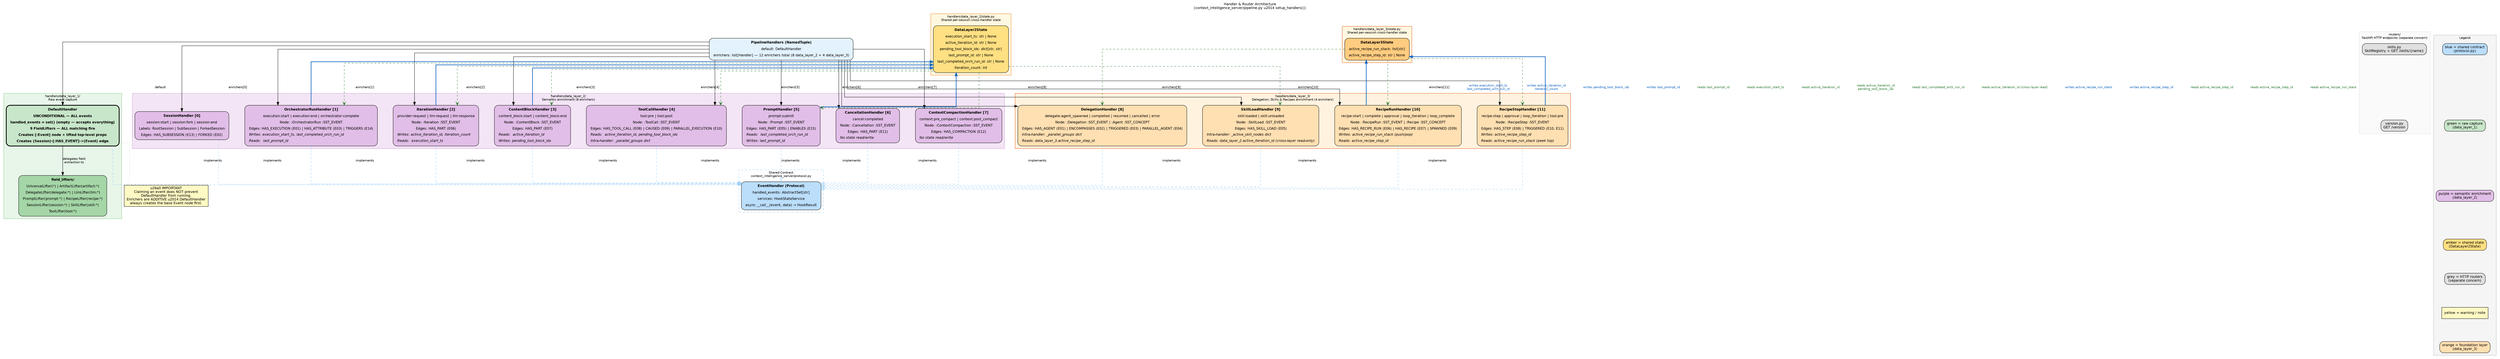
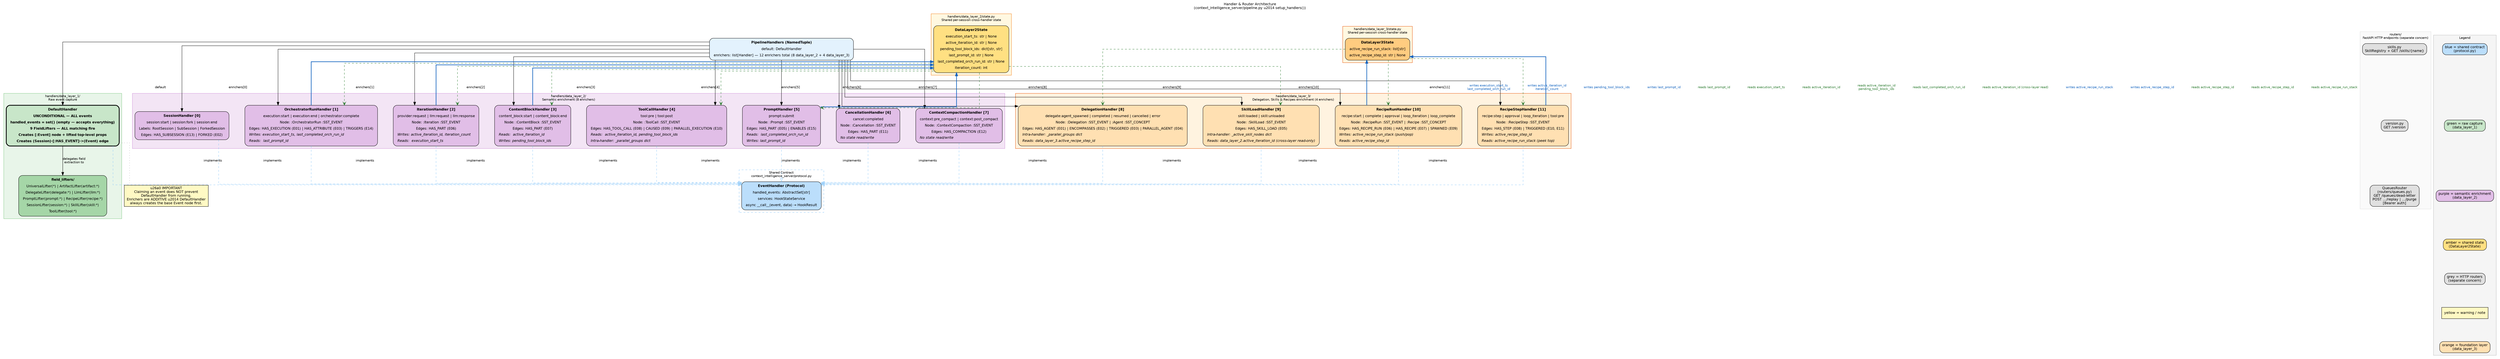
digraph handler_architecture {
    // --- Global defaults ------------------------------------------------------
    graph [
        rankdir   = TB
        splines   = ortho
        nodesep   = 0.7
        ranksep   = 1.0
        fontname  = "Helvetica"
        fontsize  = 11
        label     = "Handler & Router Architecture\n(context_intelligence_server/pipeline.py \u2014 setup_handlers())"
        labelloc  = t
        labeljust = c
    ]
    node [
        fontname = "Helvetica"
        fontsize = 11
        style    = "filled,rounded"
        shape    = box
    ]
    edge [
        fontname = "Helvetica"
        fontsize = 10
    ]

    // --- PipelineHandlers (NamedTuple) ----------------------------------------
    PipelineHandlers [
        style     = "filled,rounded"
        fillcolor = "#E3F2FD"
        label     = <<TABLE BORDER="0" CELLBORDER="0" CELLSPACING="2" CELLPADDING="3">
            <TR><TD><B>PipelineHandlers (NamedTuple)</B></TD></TR>
            <TR><TD>default: DefaultHandler</TD></TR>
            <TR><TD>enrichers: list[Handler] &#8212; 12 enrichers total (8 data_layer_2 + 4 data_layer_3)</TD></TR>
        </TABLE>>
    ]

    // --- Shared Contract -----------------------------------------------------
    subgraph cluster_protocol {
        graph [
            label     = "Shared Contract\ncontext_intelligence_server/protocol.py"
            style     = "dashed"
            color     = "#90CAF9"
            fontname  = "Helvetica"
            fontsize  = 10
        ]

        Protocol [
            style     = "filled,rounded"
            fillcolor = "#BBDEFB"
            label     = <<TABLE BORDER="0" CELLBORDER="0" CELLSPACING="2" CELLPADDING="3">
                <TR><TD><B>EventHandler (Protocol)</B></TD></TR>
                <TR><TD>handled_events: AbstractSet[str]</TD></TR>
                <TR><TD>services: HookStateService</TD></TR>
                <TR><TD>async __call__(event, data) &#8594; HookResult</TD></TR>
            </TABLE>>
        ]
    }

    // --- Routers (separate concern) ------------------------------------------
    subgraph cluster_routers {
        graph [
            label     = "routers/\nFastAPI HTTP endpoints (separate concern)"
            style     = "filled"
            color     = "#E0E0E0"
            fillcolor = "#FAFAFA"
            fontname  = "Helvetica"
            fontsize  = 10
        ]

        SkillsRouter [
            style     = "filled,rounded"
            fillcolor = "#E0E0E0"
            label     = "skills.py\nSkillRegistry + GET /skills/{name}"
        ]

        VersionRouter [
            style     = "filled,rounded"
            fillcolor = "#E0E0E0"
            label     = "version.py\nGET /version"
        ]

-         SkillsRouter -> VersionRouter [style = invis]
+         QueuesRouter [
+             style     = "filled,rounded"
+             fillcolor = "#E0E0E0"
+             label     = "QueuesRouter\n(routers/queues.py)\nGET /queues/dead-letter\nPOST .../replay | .../purge\n[Bearer auth]"
+         ]
+ 
+         SkillsRouter -> VersionRouter -> QueuesRouter [style = invis]
    }

    // --- Data Layer 1: Raw event capture ------------------------------------
    subgraph cluster_data_layer_1 {
        graph [
            label     = "handlers/data_layer_1/\nRaw event capture"
            style     = "filled"
            color     = "#81C784"
            fillcolor = "#E8F5E9"
            fontname  = "Helvetica"
            fontsize  = 10
        ]

        DefaultHandler [
            style     = "filled,rounded"
            fillcolor = "#C8E6C9"
            fontname  = "Helvetica-Bold"
            penwidth  = 2.5
            label     = <<TABLE BORDER="0" CELLBORDER="0" CELLSPACING="2" CELLPADDING="3">
                <TR><TD><B>DefaultHandler</B></TD></TR>
                <TR><TD>UNCONDITIONAL &#8212; ALL events</TD></TR>
                <TR><TD>handled_events = set() (empty &#8212; accepts everything)</TD></TR>
                <TR><TD>9 FieldLifters &#8212; ALL matching fire</TD></TR>
                <TR><TD>Creates [:Event] node + lifted top-level props</TD></TR>
                <TR><TD>Creates (Session)-[:HAS_EVENT]-&gt;(Event) edge</TD></TR>
            </TABLE>>
        ]

        FieldLifters [
            style     = "filled,rounded"
            fillcolor = "#A5D6A7"
            label     = <<TABLE BORDER="0" CELLBORDER="0" CELLSPACING="2" CELLPADDING="3">
                <TR><TD><B>field_lifters/</B></TD></TR>
                <TR><TD>UniversalLifter(*) | ArtifactLifter(artifact:*)</TD></TR>
                <TR><TD>DelegateLifter(delegate:*) | LlmLifter(llm:*)</TD></TR>
                <TR><TD>PromptLifter(prompt:*) | RecipeLifter(recipe:*)</TD></TR>
                <TR><TD>SessionLifter(session:*) | SkillLifter(skill:*)</TD></TR>
                <TR><TD>ToolLifter(tool:*)</TD></TR>
            </TABLE>>
        ]

        DefaultHandler -> FieldLifters [label = "delegates field\nextraction to"]
    }

    // --- Data Layer 2: Semantic enrichment ----------------------------------
    subgraph cluster_data_layer_2 {
        graph [
            label     = "handlers/data_layer_2/\nSemantic enrichment (8 enrichers)"
            style     = "filled"
            color     = "#CE93D8"
            fillcolor = "#F3E5F5"
            fontname  = "Helvetica"
            fontsize  = 10
        ]

        SessionHandler [
            style     = "filled,rounded"
            fillcolor = "#E1BEE7"
            label     = <<TABLE BORDER="0" CELLBORDER="0" CELLSPACING="2" CELLPADDING="3">
                <TR><TD><B>SessionHandler [0]</B></TD></TR>
                <TR><TD>session:start | session:fork | session:end</TD></TR>
                <TR><TD>Labels: RootSession | SubSession | ForkedSession</TD></TR>
                <TR><TD>Edges: HAS_SUBSESSION (E13) | FORKED (E02)</TD></TR>
            </TABLE>>
        ]

        OrchestratorRunHandler [
            style     = "filled,rounded"
            fillcolor = "#E1BEE7"
            label     = <<TABLE BORDER="0" CELLBORDER="0" CELLSPACING="2" CELLPADDING="3">
                <TR><TD><B>OrchestratorRunHandler [1]</B></TD></TR>
                <TR><TD>execution:start | execution:end | orchestrator:complete</TD></TR>
                <TR><TD>Node: :OrchestratorRun :SST_EVENT</TD></TR>
                <TR><TD>Edges: HAS_EXECUTION (E01) | HAS_ATTRIBUTE (E03) | TRIGGERS (E14)</TD></TR>
                <TR><TD ALIGN="LEFT"><I>Writes: execution_start_ts, last_completed_orch_run_id</I></TD></TR>
                <TR><TD ALIGN="LEFT"><I>Reads:  last_prompt_id</I></TD></TR>
            </TABLE>>
        ]

        IterationHandler [
            style     = "filled,rounded"
            fillcolor = "#E1BEE7"
            label     = <<TABLE BORDER="0" CELLBORDER="0" CELLSPACING="2" CELLPADDING="3">
                <TR><TD><B>IterationHandler [2]</B></TD></TR>
                <TR><TD>provider:request | llm:request | llm:response</TD></TR>
                <TR><TD>Node: :Iteration :SST_EVENT</TD></TR>
                <TR><TD>Edges: HAS_PART (E06)</TD></TR>
                <TR><TD ALIGN="LEFT"><I>Writes: active_iteration_id, iteration_count</I></TD></TR>
                <TR><TD ALIGN="LEFT"><I>Reads:  execution_start_ts</I></TD></TR>
            </TABLE>>
        ]

        ContentBlockHandler [
            style     = "filled,rounded"
            fillcolor = "#E1BEE7"
            label     = <<TABLE BORDER="0" CELLBORDER="0" CELLSPACING="2" CELLPADDING="3">
                <TR><TD><B>ContentBlockHandler [3]</B></TD></TR>
                <TR><TD>content_block:start | content_block:end</TD></TR>
                <TR><TD>Node: :ContentBlock :SST_EVENT</TD></TR>
                <TR><TD>Edges: HAS_PART (E07)</TD></TR>
                <TR><TD ALIGN="LEFT"><I>Reads:  active_iteration_id</I></TD></TR>
                <TR><TD ALIGN="LEFT"><I>Writes: pending_tool_block_ids</I></TD></TR>
            </TABLE>>
        ]

        ToolCallHandler [
            style     = "filled,rounded"
            fillcolor = "#E1BEE7"
            label     = <<TABLE BORDER="0" CELLBORDER="0" CELLSPACING="2" CELLPADDING="3">
                <TR><TD><B>ToolCallHandler [4]</B></TD></TR>
                <TR><TD>tool:pre | tool:post</TD></TR>
                <TR><TD>Node: :ToolCall :SST_EVENT</TD></TR>
                <TR><TD>Edges: HAS_TOOL_CALL (E08) | CAUSED (E09) | PARALLEL_EXECUTION (E10)</TD></TR>
                <TR><TD ALIGN="LEFT"><I>Reads:  active_iteration_id, pending_tool_block_ids</I></TD></TR>
                <TR><TD ALIGN="LEFT"><I>Intra-handler: _parallel_groups dict</I></TD></TR>
            </TABLE>>
        ]

        PromptHandler [
            style     = "filled,rounded"
            fillcolor = "#E1BEE7"
            label     = <<TABLE BORDER="0" CELLBORDER="0" CELLSPACING="2" CELLPADDING="3">
                <TR><TD><B>PromptHandler [5]</B></TD></TR>
                <TR><TD>prompt:submit</TD></TR>
                <TR><TD>Node: :Prompt :SST_EVENT</TD></TR>
                <TR><TD>Edges: HAS_PART (E05) | ENABLES (E15)</TD></TR>
                <TR><TD ALIGN="LEFT"><I>Reads:  last_completed_orch_run_id</I></TD></TR>
                <TR><TD ALIGN="LEFT"><I>Writes: last_prompt_id</I></TD></TR>
            </TABLE>>
        ]

        CancellationHandler [
            style     = "filled,rounded"
            fillcolor = "#E1BEE7"
            label     = <<TABLE BORDER="0" CELLBORDER="0" CELLSPACING="2" CELLPADDING="3">
                <TR><TD><B>CancellationHandler [6]</B></TD></TR>
                <TR><TD>cancel:completed</TD></TR>
                <TR><TD>Node: :Cancellation :SST_EVENT</TD></TR>
                <TR><TD>Edges: HAS_PART (E11)</TD></TR>
                <TR><TD ALIGN="LEFT"><I>No state read/write</I></TD></TR>
            </TABLE>>
        ]

        ContextCompactionHandler [
            style     = "filled,rounded"
            fillcolor = "#E1BEE7"
            label     = <<TABLE BORDER="0" CELLBORDER="0" CELLSPACING="2" CELLPADDING="3">
                <TR><TD><B>ContextCompactionHandler [7]</B></TD></TR>
                <TR><TD>context:pre_compact | context:post_compact</TD></TR>
                <TR><TD>Node: :ContextCompaction :SST_EVENT</TD></TR>
                <TR><TD>Edges: HAS_COMPACTION (E12)</TD></TR>
                <TR><TD ALIGN="LEFT"><I>No state read/write</I></TD></TR>
            </TABLE>>
        ]
    }

    // --- Data Layer 3: Delegation, Skills & Recipes enrichment ---------------
    subgraph cluster_data_layer_3 {
        graph [
            label     = "handlers/data_layer_3/\nDelegation, Skills & Recipes enrichment (4 enrichers)"
            style     = "filled"
            color     = "#E65100"
            fillcolor = "#FFF3E0"
            fontname  = "Helvetica"
            fontsize  = 10
        ]

        DelegationHandler [
            style     = "filled,rounded"
            fillcolor = "#FFE0B2"
            label     = <<TABLE BORDER="0" CELLBORDER="0" CELLSPACING="2" CELLPADDING="3">
                <TR><TD><B>DelegationHandler [8]</B></TD></TR>
                <TR><TD>delegate:agent_spawned | completed | resumed | cancelled | error</TD></TR>
                <TR><TD>Node: :Delegation :SST_EVENT | :Agent :SST_CONCEPT</TD></TR>
                <TR><TD>Edges: HAS_AGENT (E01) | ENCOMPASSES (E02) | TRIGGERED (E03) | PARALLEL_AGENT (E04)</TD></TR>
                <TR><TD ALIGN="LEFT"><I>Intra-handler: _parallel_groups dict</I></TD></TR>
                <TR><TD ALIGN="LEFT"><I>Reads: data_layer_3.active_recipe_step_id</I></TD></TR>
            </TABLE>>
        ]

        SkillLoadHandler [
            style     = "filled,rounded"
            fillcolor = "#FFE0B2"
            label     = <<TABLE BORDER="0" CELLBORDER="0" CELLSPACING="2" CELLPADDING="3">
                <TR><TD><B>SkillLoadHandler [9]</B></TD></TR>
                <TR><TD>skill:loaded | skill:unloaded</TD></TR>
                <TR><TD>Node: :SkillLoad :SST_EVENT</TD></TR>
                <TR><TD>Edges: HAS_SKILL_LOAD (E05)</TD></TR>
                <TR><TD ALIGN="LEFT"><I>Intra-handler: _active_skill_nodes dict</I></TD></TR>
                <TR><TD ALIGN="LEFT"><I>Reads: data_layer_2.active_iteration_id (cross-layer read-only)</I></TD></TR>
            </TABLE>>
        ]

        RecipeRunHandler [
            style     = "filled,rounded"
            fillcolor = "#FFE0B2"
            label     = <<TABLE BORDER="0" CELLBORDER="0" CELLSPACING="2" CELLPADDING="3">
                <TR><TD><B>RecipeRunHandler [10]</B></TD></TR>
                <TR><TD>recipe:start | complete | approval | loop_iteration | loop_complete</TD></TR>
                <TR><TD>Node: :RecipeRun :SST_EVENT | :Recipe :SST_CONCEPT</TD></TR>
                <TR><TD>Edges: HAS_RECIPE_RUN (E06) | HAS_RECIPE (E07) | SPAWNED (E09)</TD></TR>
                <TR><TD ALIGN="LEFT"><I>Writes: active_recipe_run_stack (push/pop)</I></TD></TR>
                <TR><TD ALIGN="LEFT"><I>Reads: active_recipe_step_id</I></TD></TR>
            </TABLE>>
        ]

        RecipeStepHandler [
            style     = "filled,rounded"
            fillcolor = "#FFE0B2"
            label     = <<TABLE BORDER="0" CELLBORDER="0" CELLSPACING="2" CELLPADDING="3">
                <TR><TD><B>RecipeStepHandler [11]</B></TD></TR>
                <TR><TD>recipe:step | approval | loop_iteration | tool:pre</TD></TR>
                <TR><TD>Node: :RecipeStep :SST_EVENT</TD></TR>
                <TR><TD>Edges: HAS_STEP (E08) | TRIGGERED (E10, E11)</TD></TR>
                <TR><TD ALIGN="LEFT"><I>Writes: active_recipe_step_id</I></TD></TR>
                <TR><TD ALIGN="LEFT"><I>Reads: active_recipe_run_stack (peek top)</I></TD></TR>
            </TABLE>>
        ]
    }

    // --- DataLayer2State (shared per-session state) --------------------------
    subgraph cluster_state {
        graph [
            label     = "handlers/data_layer_2/state.py\nShared per-session cross-handler state"
            style     = "filled"
            color     = "#F57F17"
            fillcolor = "#FFF8E1"
            fontname  = "Helvetica"
            fontsize  = 10
        ]

        DataLayer2State [
            style     = "filled,rounded"
            fillcolor = "#FFE082"
            label     = <<TABLE BORDER="0" CELLBORDER="0" CELLSPACING="2" CELLPADDING="3">
                <TR><TD><B>DataLayer2State</B></TD></TR>
                <TR><TD>execution_start_ts: str | None</TD></TR>
                <TR><TD>active_iteration_id: str | None</TD></TR>
                <TR><TD>pending_tool_block_ids: dict[str, str]</TD></TR>
                <TR><TD>last_prompt_id: str | None</TD></TR>
                <TR><TD>last_completed_orch_run_id: str | None</TD></TR>
                <TR><TD>iteration_count: int</TD></TR>
            </TABLE>>
        ]
    }

    // --- DataLayer3State (shared per-session state) --------------------------
    subgraph cluster_data_layer_3_state {
        graph [
            label     = "handlers/data_layer_3/state.py\nShared per-session cross-handler state"
            style     = "filled"
            color     = "#E65100"
            fillcolor = "#FFF8E1"
            fontname  = "Helvetica"
            fontsize  = 10
        ]

        DataLayer3State [
            style     = "filled,rounded"
            fillcolor = "#FFCC80"
            label     = <<TABLE BORDER="0" CELLBORDER="0" CELLSPACING="2" CELLPADDING="3">
                <TR><TD><B>DataLayer3State</B></TD></TR>
                <TR><TD>active_recipe_run_stack: list[str]</TD></TR>
                <TR><TD>active_recipe_step_id: str | None</TD></TR>
            </TABLE>>
        ]
    }

    // --- Warning note --------------------------------------------------------
    warning_note [
        style     = "filled"
        fillcolor = "#FFF9C4"
        label     = "\u26a0 IMPORTANT\nClaiming an event does NOT prevent\nDefaultHandler from running.\nEnrichers are ADDITIVE \u2014 DefaultHandler\nalways creates the base Event node first."
    ]

    // --- Legend --------------------------------------------------------------
    subgraph cluster_legend {
        graph [
            label     = "Legend"
            style     = "filled"
            color     = "#BDBDBD"
            fillcolor = "#F5F5F5"
            fontname  = "Helvetica"
            fontsize  = 10
        ]

        legend_contract [
            style     = "filled,rounded"
            fillcolor = "#BBDEFB"
            label     = "blue = shared contract\n(protocol.py)"
        ]
        legend_capture [
            style     = "filled,rounded"
            fillcolor = "#C8E6C9"
            label     = "green = raw capture\n(data_layer_1)"
        ]
        legend_enrich [
            style     = "filled,rounded"
            fillcolor = "#E1BEE7"
            label     = "purple = semantic enrichment\n(data_layer_2)"
        ]
        legend_state [
            style     = "filled,rounded"
            fillcolor = "#FFE082"
            label     = "amber = shared state\n(DataLayer2State)"
        ]
        legend_http [
            style     = "filled,rounded"
            fillcolor = "#E0E0E0"
            label     = "grey = HTTP routers\n(separate concern)"
        ]
        legend_warning [
            style     = "filled"
            fillcolor = "#FFF9C4"
            label     = "yellow = warning / note"
        ]
        legend_layer3 [
            style     = "filled,rounded"
            fillcolor = "#FFE0B2"
            label     = "orange = foundation layer\n(data_layer_3)"
        ]

        legend_contract -> legend_capture -> legend_enrich -> legend_state -> legend_http -> legend_warning -> legend_layer3 [style = invis]
    }

    // --- Structural edges ----------------------------------------------------
    PipelineHandlers -> DefaultHandler             [label = "default"]
    PipelineHandlers -> SessionHandler             [label = "enrichers[0]"]
    PipelineHandlers -> OrchestratorRunHandler     [label = "enrichers[1]"]
    PipelineHandlers -> IterationHandler           [label = "enrichers[2]"]
    PipelineHandlers -> ContentBlockHandler        [label = "enrichers[3]"]
    PipelineHandlers -> ToolCallHandler            [label = "enrichers[4]"]
    PipelineHandlers -> PromptHandler              [label = "enrichers[5]"]
    PipelineHandlers -> CancellationHandler        [label = "enrichers[6]"]
    PipelineHandlers -> ContextCompactionHandler   [label = "enrichers[7]"]
    PipelineHandlers -> DelegationHandler          [label = "enrichers[8]"]
    PipelineHandlers -> SkillLoadHandler           [label = "enrichers[9]"]
    PipelineHandlers -> RecipeRunHandler           [label = "enrichers[10]"]
    PipelineHandlers -> RecipeStepHandler          [label = "enrichers[11]"]

    DefaultHandler -> warning_note [style = dotted, color = "#AAAAAA", arrowhead = none]

    // Protocol conformance (all handlers implement EventHandler)
    DefaultHandler          -> Protocol [style = dashed, color = "#90CAF9", arrowhead = empty, label = "implements"]
    SessionHandler          -> Protocol [style = dashed, color = "#90CAF9", arrowhead = empty, label = "implements"]
    OrchestratorRunHandler  -> Protocol [style = dashed, color = "#90CAF9", arrowhead = empty, label = "implements"]
    IterationHandler        -> Protocol [style = dashed, color = "#90CAF9", arrowhead = empty, label = "implements"]
    ContentBlockHandler     -> Protocol [style = dashed, color = "#90CAF9", arrowhead = empty, label = "implements"]
    ToolCallHandler         -> Protocol [style = dashed, color = "#90CAF9", arrowhead = empty, label = "implements"]
    PromptHandler           -> Protocol [style = dashed, color = "#90CAF9", arrowhead = empty, label = "implements"]
    CancellationHandler     -> Protocol [style = dashed, color = "#90CAF9", arrowhead = empty, label = "implements"]
    ContextCompactionHandler -> Protocol [style = dashed, color = "#90CAF9", arrowhead = empty, label = "implements"]
    DelegationHandler        -> Protocol [style = dashed, color = "#90CAF9", arrowhead = empty, label = "implements"]
    SkillLoadHandler         -> Protocol [style = dashed, color = "#90CAF9", arrowhead = empty, label = "implements"]
    RecipeRunHandler         -> Protocol [style = dashed, color = "#90CAF9", arrowhead = empty, label = "implements"]
    RecipeStepHandler        -> Protocol [style = dashed, color = "#90CAF9", arrowhead = empty, label = "implements"]

    // --- State read / write arrows (constraint=false to preserve layout) -----
    // OrchestratorRunHandler
    OrchestratorRunHandler -> DataLayer2State [
        label      = "writes execution_start_ts\nlast_completed_orch_run_id"
        color      = "#1565C0"
        fontcolor  = "#1565C0"
        style      = "bold"
        constraint = false
    ]
    DataLayer2State -> OrchestratorRunHandler [
        label      = "reads last_prompt_id"
        color      = "#2E7D32"
        fontcolor  = "#2E7D32"
        style      = "dashed"
        arrowhead  = open
        constraint = false
    ]

    // IterationHandler
    IterationHandler -> DataLayer2State [
        label      = "writes active_iteration_id\niteration_count"
        color      = "#1565C0"
        fontcolor  = "#1565C0"
        style      = "bold"
        constraint = false
    ]
    DataLayer2State -> IterationHandler [
        label      = "reads execution_start_ts"
        color      = "#2E7D32"
        fontcolor  = "#2E7D32"
        style      = "dashed"
        arrowhead  = open
        constraint = false
    ]

    // ContentBlockHandler
    ContentBlockHandler -> DataLayer2State [
        label      = "writes pending_tool_block_ids"
        color      = "#1565C0"
        fontcolor  = "#1565C0"
        style      = "bold"
        constraint = false
    ]
    DataLayer2State -> ContentBlockHandler [
        label      = "reads active_iteration_id"
        color      = "#2E7D32"
        fontcolor  = "#2E7D32"
        style      = "dashed"
        arrowhead  = open
        constraint = false
    ]

    // ToolCallHandler
    DataLayer2State -> ToolCallHandler [
        label      = "reads active_iteration_id\npending_tool_block_ids"
        color      = "#2E7D32"
        fontcolor  = "#2E7D32"
        style      = "dashed"
        arrowhead  = open
        constraint = false
    ]

    // PromptHandler
    PromptHandler -> DataLayer2State [
        label      = "writes last_prompt_id"
        color      = "#1565C0"
        fontcolor  = "#1565C0"
        style      = "bold"
        constraint = false
    ]
    DataLayer2State -> PromptHandler [
        label      = "reads last_completed_orch_run_id"
        color      = "#2E7D32"
        fontcolor  = "#2E7D32"
        style      = "dashed"
        arrowhead  = open
        constraint = false
    ]

    // Layer 3 state read / write arrows
    RecipeRunHandler -> DataLayer3State [
        label      = "writes active_recipe_run_stack"
        color      = "#1565C0"
        fontcolor  = "#1565C0"
        style      = "bold"
        constraint = false
    ]
    DataLayer3State -> RecipeRunHandler [
        label      = "reads active_recipe_step_id"
        color      = "#2E7D32"
        fontcolor  = "#2E7D32"
        style      = "dashed"
        arrowhead  = open
        constraint = false
    ]
    RecipeStepHandler -> DataLayer3State [
        label      = "writes active_recipe_step_id"
        color      = "#1565C0"
        fontcolor  = "#1565C0"
        style      = "bold"
        constraint = false
    ]
    DataLayer3State -> RecipeStepHandler [
        label      = "reads active_recipe_run_stack"
        color      = "#2E7D32"
        fontcolor  = "#2E7D32"
        style      = "dashed"
        arrowhead  = open
        constraint = false
    ]
    DataLayer3State -> DelegationHandler [
        label      = "reads active_recipe_step_id"
        color      = "#2E7D32"
        fontcolor  = "#2E7D32"
        style      = "dashed"
        arrowhead  = open
        constraint = false
    ]
    DataLayer2State -> SkillLoadHandler [
        label      = "reads active_iteration_id (cross-layer read)"
        color      = "#2E7D32"
        fontcolor  = "#2E7D32"
        style      = "dashed"
        arrowhead  = open
        constraint = false
    ]
}
